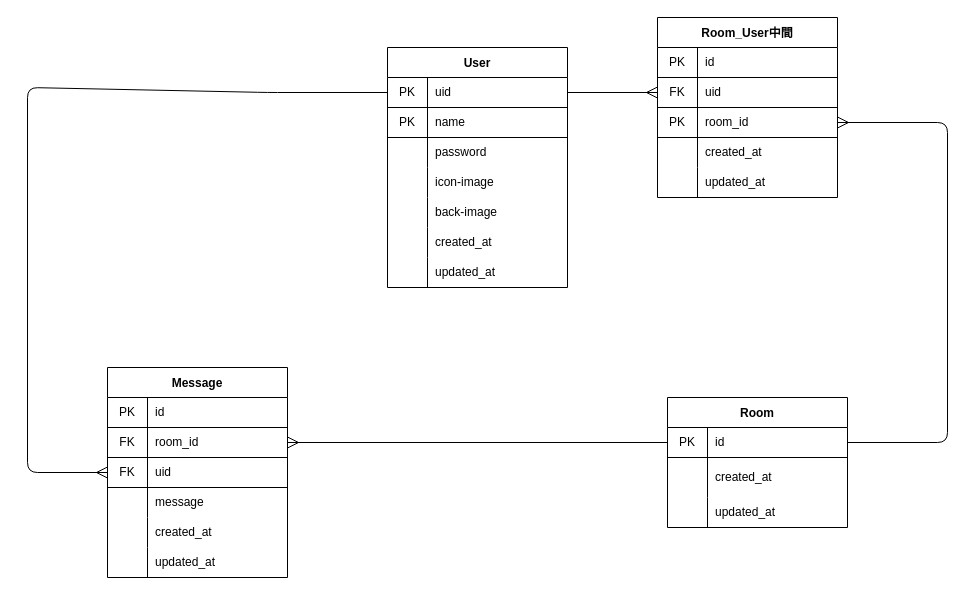
Earlier version of the draw.io diagram project/documents/ER.drawio (Team-ShikkokunoAWS/Rspace). Source tidied: cells renumbered, new cells numbered last; positions are measured from the earlier drawing's top-left corner, leaving out a move shared by most shapes. Both pictures are drawn from the tidied source at 100%, with x=0, y=0 at pixel (27, 17).
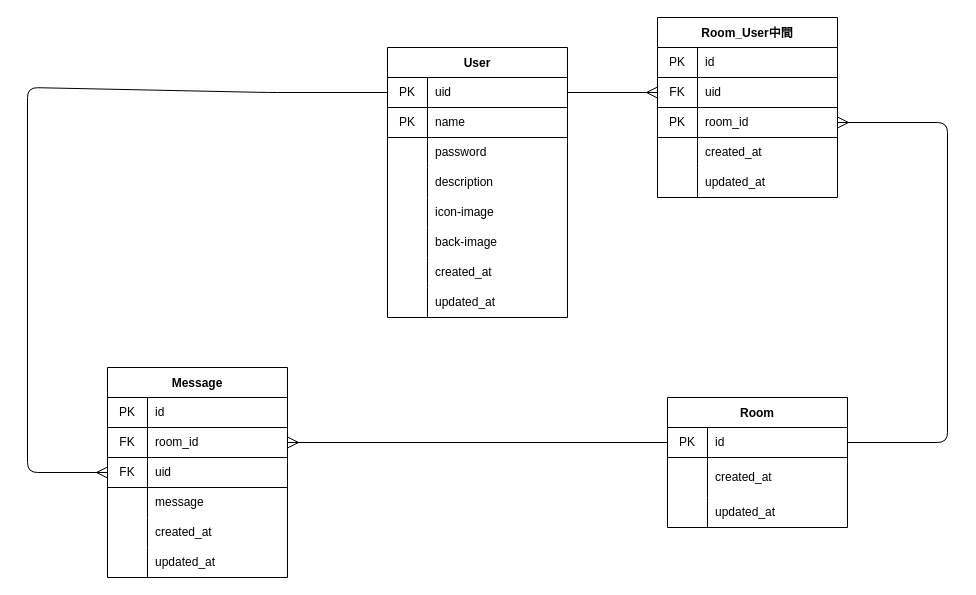
The same page after the edit.

Commit message:
【documents】ER図: Userテーブルに自己紹介(description)カラムを追加

What changed in the source:
```diff
@@
     <mxCell id="2" value="User" style="shape=table;startSize=30;childLayout=tableLayout;rowLines=0;fontStyle=1;align=center;" parent="1" vertex="1">
-      <mxGeometry x="360" y="30" width="180" height="240" as="geometry" />
+      <mxGeometry x="360" y="30" width="180" height="270" as="geometry" />
     </mxCell>
@@
+    <mxCell id="73" style="shape=partialRectangle;html=1;whiteSpace=wrap;fillColor=none;top=0;left=0;bottom=0;right=0;" parent="2" vertex="1">
+      <mxGeometry y="120" width="180" height="30" as="geometry" />
+    </mxCell>
+    <mxCell id="74" style="shape=partialRectangle;html=1;whiteSpace=wrap;fillColor=none;top=0;left=0;bottom=0;right=0;overflow=hidden;" parent="73" vertex="1">
+      <mxGeometry width="40" height="30" as="geometry" />
+    </mxCell>
+    <mxCell id="75" value="description" style="shape=partialRectangle;html=1;whiteSpace=wrap;fillColor=none;top=0;left=0;bottom=0;right=0;align=left;spacingLeft=6;overflow=hidden;" parent="73" vertex="1">
+      <mxGeometry x="40" width="140" height="30" as="geometry" />
+    </mxCell>
     <mxCell id="12" style="shape=partialRectangle;html=1;whiteSpace=wrap;fillColor=none;top=0;left=0;bottom=0;right=0;" parent="2" vertex="1">
-      <mxGeometry y="120" width="180" height="30" as="geometry" />
+      <mxGeometry y="150" width="180" height="30" as="geometry" />
     </mxCell>
@@
     <mxCell id="15" style="shape=partialRectangle;html=1;whiteSpace=wrap;fillColor=none;top=0;left=0;bottom=0;right=0;" parent="2" vertex="1">
-      <mxGeometry y="150" width="180" height="30" as="geometry" />
+      <mxGeometry y="180" width="180" height="30" as="geometry" />
     </mxCell>
@@
     <mxCell id="18" style="shape=partialRectangle;html=1;whiteSpace=wrap;fillColor=none;top=0;left=0;bottom=0;right=0;" parent="2" vertex="1">
-      <mxGeometry y="180" width="180" height="30" as="geometry" />
+      <mxGeometry y="210" width="180" height="30" as="geometry" />
     </mxCell>
@@
     <mxCell id="21" style="shape=partialRectangle;html=1;whiteSpace=wrap;fillColor=none;top=0;left=0;bottom=0;right=0;" parent="2" vertex="1">
-      <mxGeometry y="210" width="180" height="30" as="geometry" />
+      <mxGeometry y="240" width="180" height="30" as="geometry" />
     </mxCell>
```
